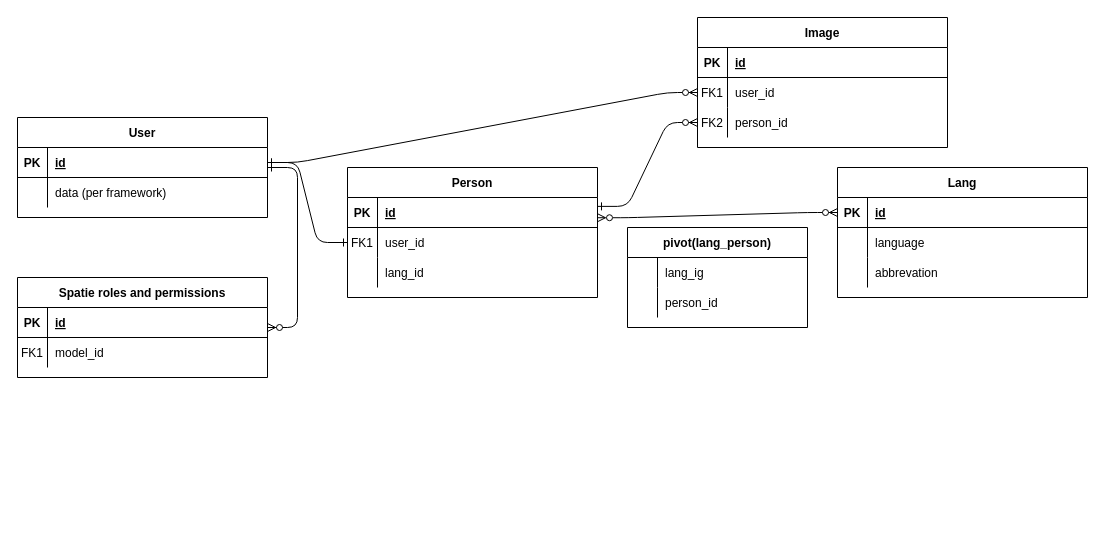
Earlier version of the draw.io diagram doc/debug/Relationship_Modell.drawio (erth5/Laravel-9-Debug-Template). Source tidied: cells renumbered, new cells numbered last; positions are measured from the earlier drawing's top-left corner, leaving out a move shared by most shapes. Both pictures are drawn from the tidied source at 100%, with x=0, y=0 at pixel (17, 17).
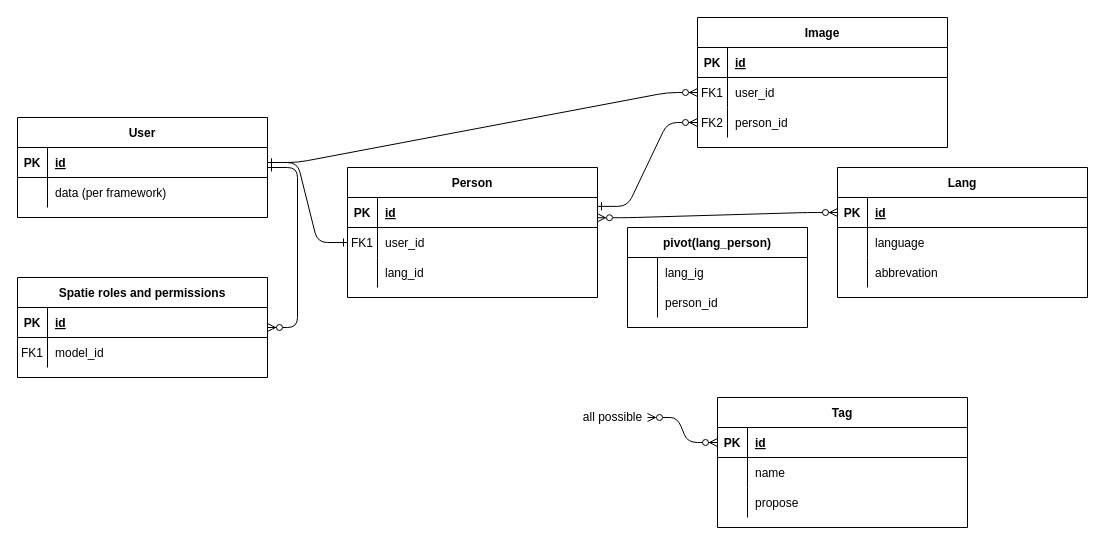
The same diagram, later.

The edit, as a diff of the source:
```diff
@@
+    <mxCell id="58" value="Tag" style="shape=table;startSize=30;childLayout=tableLayout;rowLines=0;fontStyle=1;align=center;" parent="1" vertex="1">
+      <mxGeometry x="700" y="380" width="250" height="130" as="geometry" />
+    </mxCell>
+    <mxCell id="59" style="shape=partialRectangle;fillColor=none;points=[[0,0.5],[1,0.5]];portConstraint=eastwest;top=0;left=0;right=0;bottom=1;" parent="58" vertex="1">
+      <mxGeometry y="30" width="250" height="30" as="geometry" />
+    </mxCell>
+    <mxCell id="60" value="PK" style="shape=partialRectangle;overflow=hidden;fillColor=none;top=0;left=0;bottom=0;right=0;fontStyle=1;" parent="59" vertex="1">
+      <mxGeometry width="30" height="30" as="geometry" />
+    </mxCell>
+    <mxCell id="61" value="id" style="shape=partialRectangle;overflow=hidden;fillColor=none;top=0;left=0;bottom=0;right=0;align=left;spacingLeft=6;fontStyle=5;" parent="59" vertex="1">
+      <mxGeometry x="30" width="220" height="30" as="geometry" />
+    </mxCell>
+    <mxCell id="62" style="shape=partialRectangle;fillColor=none;top=0;left=0;right=0;bottom=0;" parent="58" vertex="1">
+      <mxGeometry y="60" width="250" height="30" as="geometry" />
+    </mxCell>
+    <mxCell id="63" style="shape=partialRectangle;overflow=hidden;fillColor=none;top=0;left=0;bottom=0;right=0;" parent="62" vertex="1">
+      <mxGeometry width="30" height="30" as="geometry" />
+    </mxCell>
+    <mxCell id="64" value="name" style="shape=partialRectangle;overflow=hidden;fillColor=none;top=0;left=0;bottom=0;right=0;align=left;spacingLeft=6;" parent="62" vertex="1">
+      <mxGeometry x="30" width="220" height="30" as="geometry" />
+    </mxCell>
+    <mxCell id="65" style="shape=partialRectangle;fillColor=none;top=0;left=0;right=0;bottom=0;" parent="58" vertex="1">
+      <mxGeometry y="90" width="250" height="30" as="geometry" />
+    </mxCell>
+    <mxCell id="66" style="shape=partialRectangle;overflow=hidden;fillColor=none;top=0;left=0;bottom=0;right=0;" parent="65" vertex="1">
+      <mxGeometry width="30" height="30" as="geometry" />
+    </mxCell>
+    <mxCell id="67" value="propose" style="shape=partialRectangle;overflow=hidden;fillColor=none;top=0;left=0;bottom=0;right=0;align=left;spacingLeft=6;" parent="65" vertex="1">
+      <mxGeometry x="30" width="220" height="30" as="geometry" />
+    </mxCell>
+    <mxCell id="68" style="edgeStyle=entityRelationEdgeStyle;endArrow=ERzeroToMany;startArrow=ERzeroToMany;endFill=1;startFill=0;entryX=0;entryY=0.5;entryDx=0;entryDy=0;" parent="1" edge="1" target="59">
+      <mxGeometry relative="1" as="geometry">
+        <mxPoint x="630" y="400" as="sourcePoint" />
+      </mxGeometry>
+    </mxCell>
+    <mxCell id="69" value="all possible" style="text;html=1;align=center;verticalAlign=middle;strokeColor=none;fillColor=none;" parent="1" vertex="1">
+      <mxGeometry x="560" y="390" width="70" height="20" as="geometry" />
+    </mxCell>
```
